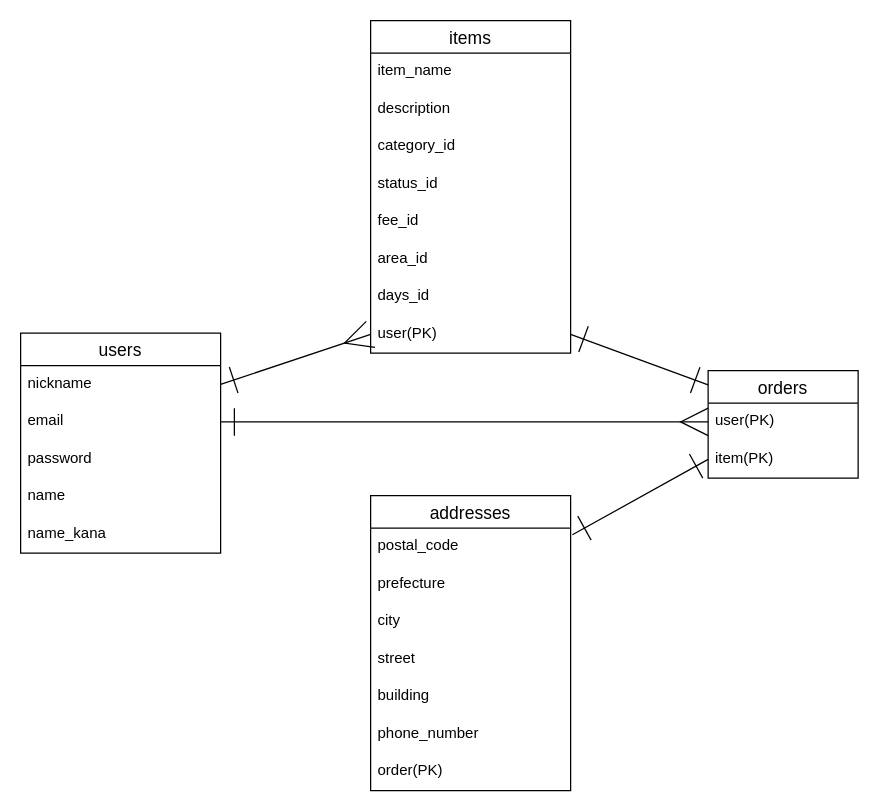
The draw.io diagram databese.dio in Pokesyoum/furima-41422, before the edit. Source tidied: cells renumbered, new cells numbered last; positions are measured from the earlier drawing's top-left corner, leaving out a move shared by most shapes. Both pictures are drawn from the tidied source at 125%, with x=0, y=0 at pixel (20, 20).
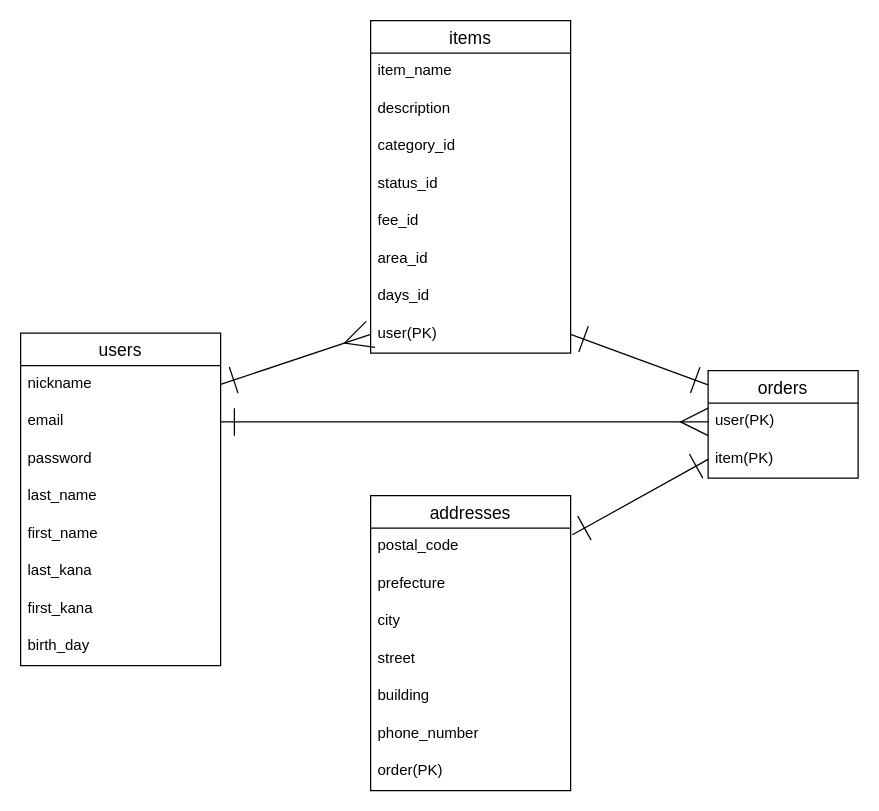
The same diagram, later.

Commit message (it also covers changes not shown here):
データベース設計の修正2

Diff of the diagram source:
```diff
@@
     <mxCell id="2" value="users" style="swimlane;fontStyle=0;horizontal=1;startSize=26;align=center;fontSize=14;" parent="1" vertex="1">
-      <mxGeometry y="250" width="160" height="176" as="geometry" />
+      <mxGeometry y="250" width="160" height="266" as="geometry" />
     </mxCell>
@@
-    <mxCell id="6" value="name" style="text;strokeColor=none;fillColor=none;spacingLeft=4;spacingRight=4;overflow=hidden;fontSize=12;" parent="2" vertex="1">
+    <mxCell id="6" value="last_name" style="text;strokeColor=none;fillColor=none;spacingLeft=4;spacingRight=4;overflow=hidden;fontSize=12;" parent="2" vertex="1">
       <mxGeometry y="116" width="160" height="30" as="geometry" />
     </mxCell>
+    <mxCell id="32" value="first_name" style="text;strokeColor=none;fillColor=none;spacingLeft=4;spacingRight=4;overflow=hidden;fontSize=12;" parent="2" vertex="1">
+      <mxGeometry y="146" width="160" height="30" as="geometry" />
+    </mxCell>
-    <mxCell id="7" value="name_kana" style="text;strokeColor=none;fillColor=none;spacingLeft=4;spacingRight=4;overflow=hidden;fontSize=12;" parent="2" vertex="1">
-      <mxGeometry y="146" width="160" height="30" as="geometry" />
+    <mxCell id="7" value="last_kana" style="text;strokeColor=none;fillColor=none;spacingLeft=4;spacingRight=4;overflow=hidden;fontSize=12;" parent="2" vertex="1">
+      <mxGeometry y="176" width="160" height="30" as="geometry" />
     </mxCell>
+    <mxCell id="33" value="first_kana" style="text;strokeColor=none;fillColor=none;spacingLeft=4;spacingRight=4;overflow=hidden;fontSize=12;" parent="2" vertex="1">
+      <mxGeometry y="206" width="160" height="30" as="geometry" />
+    </mxCell>
+    <mxCell id="34" value="birth_day" style="text;strokeColor=none;fillColor=none;spacingLeft=4;spacingRight=4;overflow=hidden;fontSize=12;" parent="2" vertex="1">
+      <mxGeometry y="236" width="160" height="30" as="geometry" />
+    </mxCell>
```
